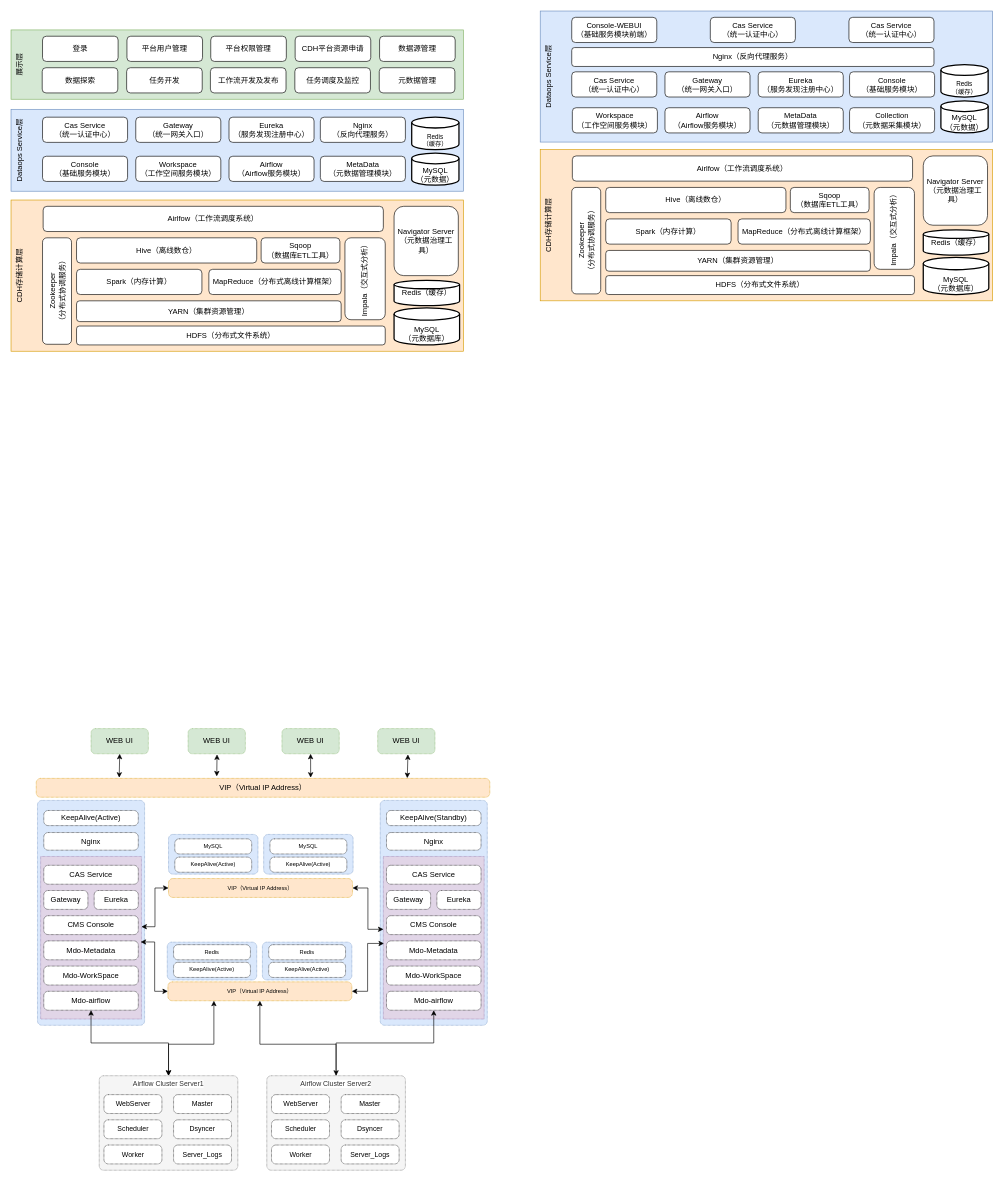
This is Untitled Diagram.drawio from fayson/cdh-autouninstall, a draw.io file, before an edit. Source tidied: cells renumbered, new cells numbered last; positions are measured from the earlier drawing's top-left corner, leaving out a move shared by most shapes. Both pictures are drawn from the tidied source at 63%, with x=0, y=0 at pixel (11, 11).
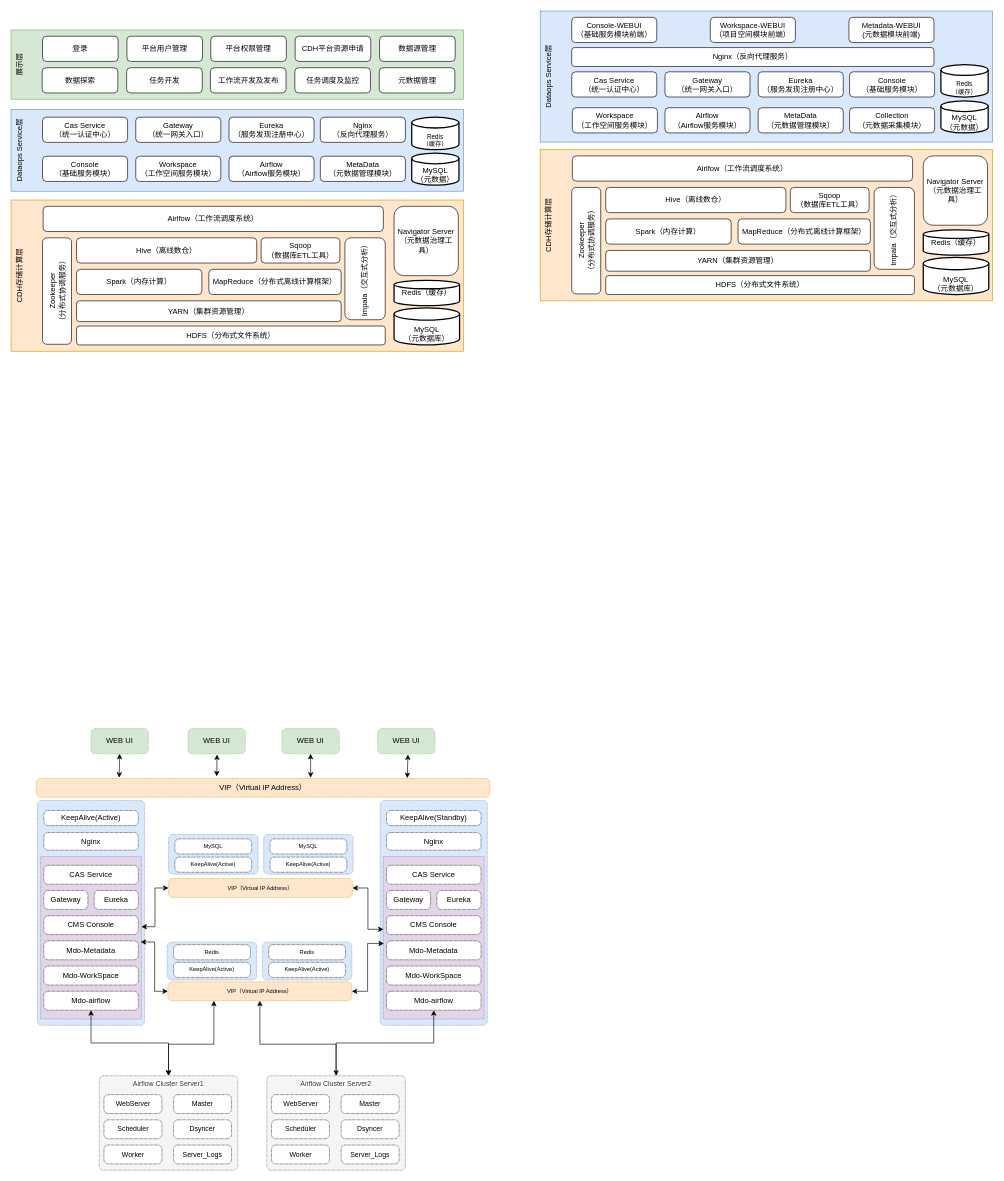
After the change.

Commit message:
Dataops整体部署架构

What changed in the source:
```diff
@@
-    <mxCell id="130" value="Cas Service&lt;br&gt;（统一认证中心）" style="rounded=1;whiteSpace=wrap;html=1;" parent="1" vertex="1">
+    <mxCell id="130" value="Workspace-WEBUI&lt;br&gt;（项目空间模块前端）" style="rounded=1;whiteSpace=wrap;html=1;" parent="1" vertex="1">
       <mxGeometry x="1110" y="10" width="135" height="40" as="geometry" />
     </mxCell>
-    <mxCell id="131" value="Cas Service&lt;br&gt;（统一认证中心）" style="rounded=1;whiteSpace=wrap;html=1;" parent="1" vertex="1">
+    <mxCell id="131" value="Metadata-WEBUI&lt;br&gt;(元数据模块前端)" style="rounded=1;whiteSpace=wrap;html=1;" parent="1" vertex="1">
       <mxGeometry x="1330" y="10" width="135" height="40" as="geometry" />
     </mxCell>
```
